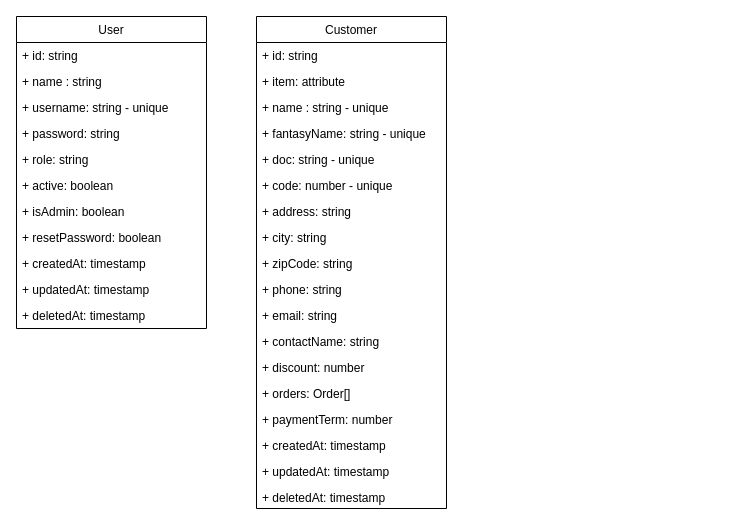
The draw.io diagram documentation/class-diagram.drawio in gabrielmrenno/erp_sales, before the edit. Source tidied: cells renumbered, new cells numbered last; positions are measured from the earlier drawing's top-left corner, leaving out a move shared by most shapes. Both pictures are drawn from the tidied source at 100%, with x=0, y=0 at pixel (16, 16).
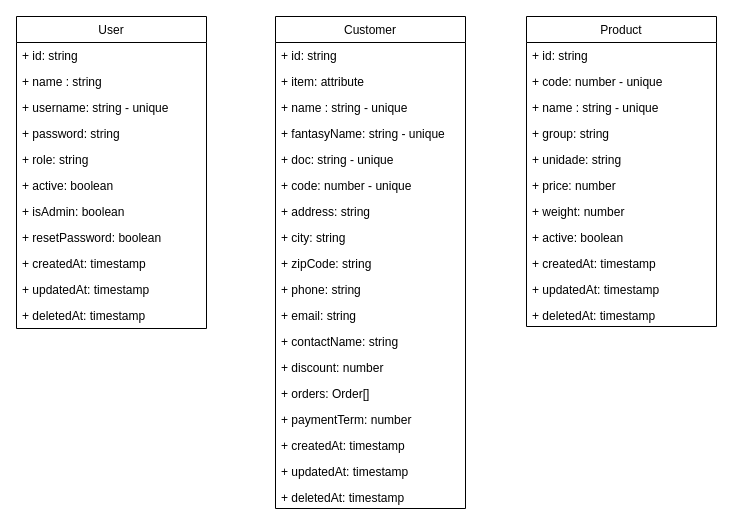
The same diagram, later.

Commit message (it also covers changes not shown here):
[ADD] Product class on diagram class

What changed in the source:
```diff
@@
     <mxCell id="14" value="Customer" style="swimlane;fontStyle=0;horizontal=1;startSize=26;fillColor=none;" parent="1" vertex="1">
-      <mxGeometry x="240" width="190" height="492" as="geometry" />
+      <mxGeometry x="259" width="190" height="492" as="geometry" />
     </mxCell>
@@
+    <mxCell id="33" value="Product" style="swimlane;fontStyle=0;horizontal=1;startSize=26;fillColor=none;" parent="1" vertex="1">
+      <mxGeometry x="510" width="190" height="310" as="geometry" />
+    </mxCell>
+    <mxCell id="34" value="+ id: string" style="text;strokeColor=none;fillColor=none;align=left;verticalAlign=top;spacingLeft=4;spacingRight=4;overflow=hidden;" parent="33" vertex="1">
+      <mxGeometry y="26" width="190" height="26" as="geometry" />
+    </mxCell>
+    <mxCell id="35" value="+ code: number - unique" style="text;strokeColor=none;fillColor=none;align=left;verticalAlign=top;spacingLeft=4;spacingRight=4;overflow=hidden;" parent="33" vertex="1">
+      <mxGeometry y="52" width="190" height="26" as="geometry" />
+    </mxCell>
+    <mxCell id="36" value="+ name : string - unique" style="text;strokeColor=none;fillColor=none;align=left;verticalAlign=top;spacingLeft=4;spacingRight=4;overflow=hidden;" parent="33" vertex="1">
+      <mxGeometry y="78" width="190" height="26" as="geometry" />
+    </mxCell>
+    <mxCell id="37" value="+ group: string" style="text;strokeColor=none;fillColor=none;align=left;verticalAlign=top;spacingLeft=4;spacingRight=4;overflow=hidden;" parent="33" vertex="1">
+      <mxGeometry y="104" width="190" height="26" as="geometry" />
+    </mxCell>
+    <mxCell id="38" value="+ unidade: string" style="text;strokeColor=none;fillColor=none;align=left;verticalAlign=top;spacingLeft=4;spacingRight=4;overflow=hidden;" parent="33" vertex="1">
+      <mxGeometry y="130" width="190" height="26" as="geometry" />
+    </mxCell>
+    <mxCell id="39" value="+ price: number" style="text;strokeColor=none;fillColor=none;align=left;verticalAlign=top;spacingLeft=4;spacingRight=4;overflow=hidden;" parent="33" vertex="1">
+      <mxGeometry y="156" width="190" height="26" as="geometry" />
+    </mxCell>
+    <mxCell id="40" value="+ weight: number" style="text;strokeColor=none;fillColor=none;align=left;verticalAlign=top;spacingLeft=4;spacingRight=4;overflow=hidden;" parent="33" vertex="1">
+      <mxGeometry y="182" width="190" height="26" as="geometry" />
+    </mxCell>
+    <mxCell id="41" value="+ active: boolean" style="text;strokeColor=none;fillColor=none;align=left;verticalAlign=top;spacingLeft=4;spacingRight=4;overflow=hidden;" parent="33" vertex="1">
+      <mxGeometry y="208" width="190" height="26" as="geometry" />
+    </mxCell>
+    <mxCell id="42" value="+ createdAt: timestamp" style="text;strokeColor=none;fillColor=none;align=left;verticalAlign=top;spacingLeft=4;spacingRight=4;overflow=hidden;" parent="33" vertex="1">
+      <mxGeometry y="234" width="190" height="26" as="geometry" />
+    </mxCell>
+    <mxCell id="43" value="+ updatedAt: timestamp" style="text;strokeColor=none;fillColor=none;align=left;verticalAlign=top;spacingLeft=4;spacingRight=4;overflow=hidden;" parent="33" vertex="1">
+      <mxGeometry y="260" width="190" height="26" as="geometry" />
+    </mxCell>
+    <mxCell id="44" value="+ deletedAt: timestamp" style="text;strokeColor=none;fillColor=none;align=left;verticalAlign=top;spacingLeft=4;spacingRight=4;overflow=hidden;" parent="33" vertex="1">
+      <mxGeometry y="286" width="190" height="24" as="geometry" />
+    </mxCell>
```
